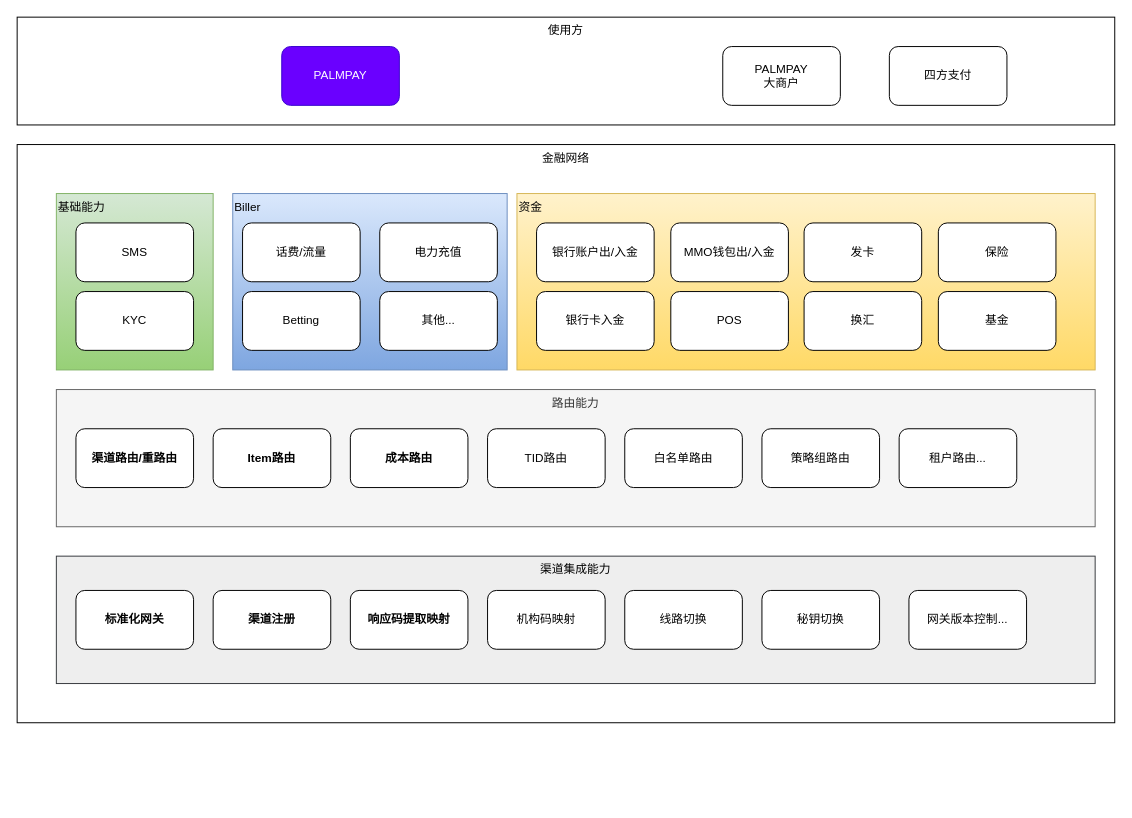
Earlier version of the draw.io diagram business architec.drawio (catface996/images). Source tidied: cells renumbered, new cells numbered last; positions are measured from the earlier drawing's top-left corner, leaving out a move shared by most shapes. Both pictures are drawn from the tidied source at 98%, with x=0, y=0 at pixel (17, 17).
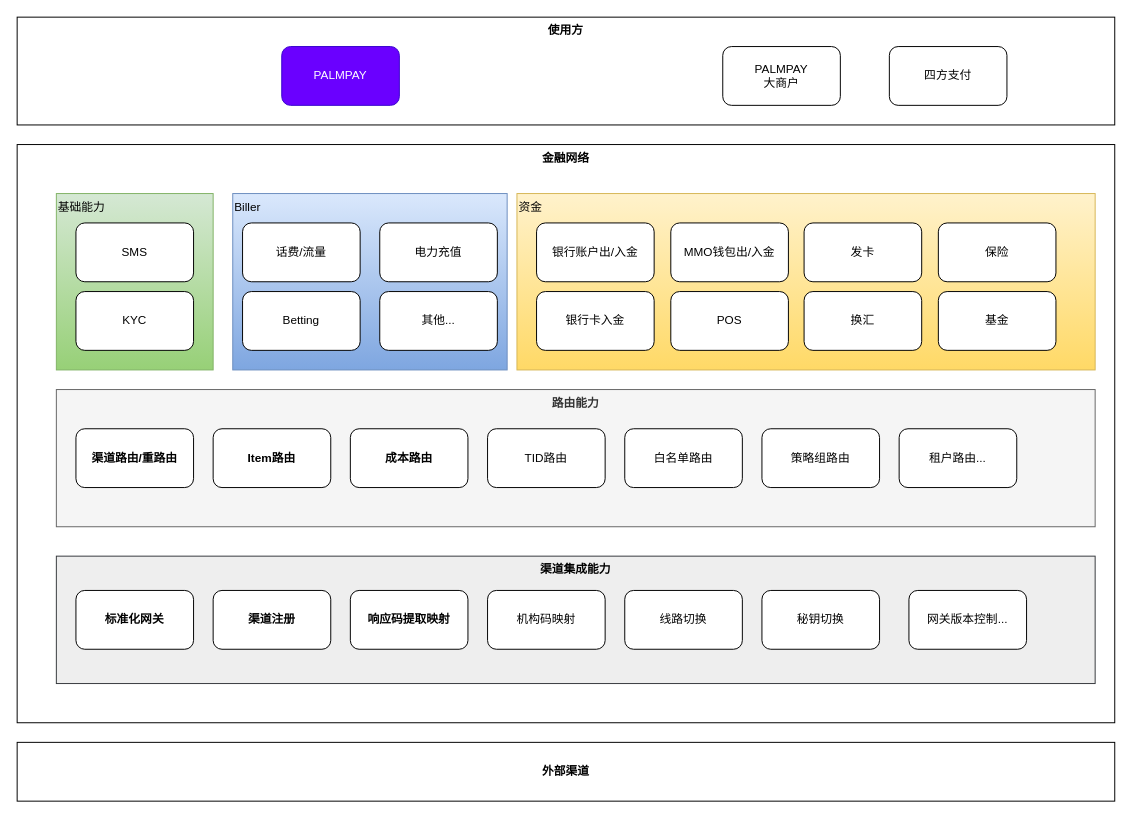
After the change.

Change to the diagram source:
```diff
@@
-    <mxCell id="2" value="使用方" style="rounded=0;whiteSpace=wrap;html=1;verticalAlign=top;" parent="1" vertex="1">
+    <mxCell id="2" value="使用方" style="rounded=0;whiteSpace=wrap;html=1;verticalAlign=top;fontStyle=1;" parent="1" vertex="1">
       <mxGeometry width="1120" height="110" as="geometry" />
     </mxCell>
@@
-    <mxCell id="6" value="金融网络" style="rounded=0;whiteSpace=wrap;html=1;verticalAlign=top;align=center;" parent="1" vertex="1">
+    <mxCell id="6" value="金融网络" style="rounded=0;whiteSpace=wrap;html=1;verticalAlign=top;align=center;fontStyle=1;" parent="1" vertex="1">
       <mxGeometry y="130" width="1120" height="590" as="geometry" />
     </mxCell>
@@
-    <mxCell id="24" value="路由能力" style="rounded=0;whiteSpace=wrap;html=1;verticalAlign=top;fillColor=#f5f5f5;strokeColor=#666666;fontColor=#333333;" parent="1" vertex="1">
+    <mxCell id="24" value="路由能力" style="rounded=0;whiteSpace=wrap;html=1;verticalAlign=top;fillColor=#f5f5f5;strokeColor=#666666;fontColor=#333333;fontStyle=1;" parent="1" vertex="1">
       <mxGeometry x="40" y="380" width="1060" height="140" as="geometry" />
     </mxCell>
@@
-    <mxCell id="32" value="渠道集成能力" style="rounded=0;whiteSpace=wrap;html=1;align=center;verticalAlign=top;fillColor=#eeeeee;strokeColor=#36393d;" parent="1" vertex="1">
+    <mxCell id="32" value="渠道集成能力" style="rounded=0;whiteSpace=wrap;html=1;align=center;verticalAlign=top;fillColor=#eeeeee;strokeColor=#36393d;fontStyle=1;" parent="1" vertex="1">
       <mxGeometry x="40" y="550" width="1060" height="130" as="geometry" />
     </mxCell>
@@
+    <mxCell id="40" value="外部渠道" style="rounded=0;whiteSpace=wrap;html=1;fontStyle=1;" parent="1" vertex="1">
+      <mxGeometry y="740" width="1120" height="60" as="geometry" />
+    </mxCell>
```
